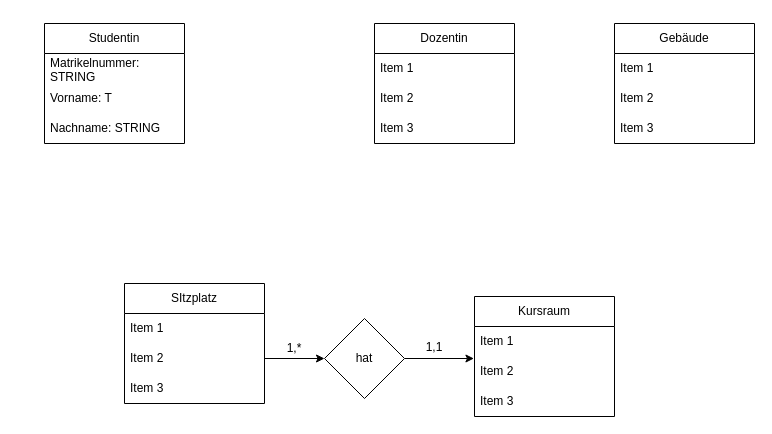
Above: ERD2.drawio in kay-squared/PyTorchLearn (draw.io), before the change. Source tidied: cells renumbered, new cells numbered last; positions are measured from the earlier drawing's top-left corner, leaving out a move shared by most shapes. Both pictures are drawn from the tidied source at 100%, with x=0, y=0 at pixel (44, 23).
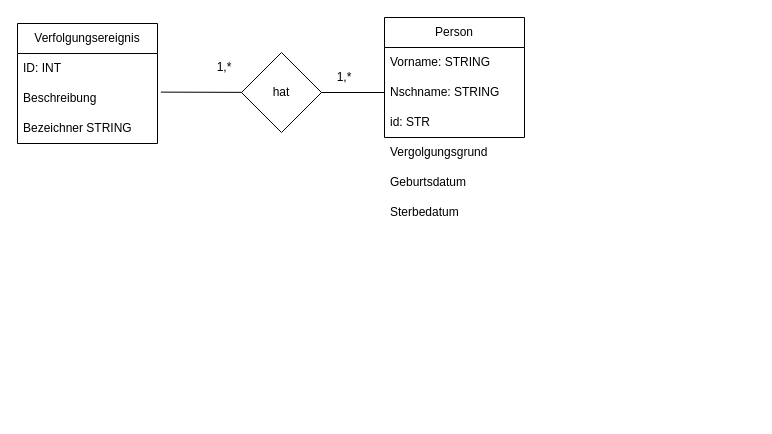
The same page after the edit.

Diff of the diagram source:
```diff
@@
-    <mxCell id="2" value="Studentin" style="swimlane;fontStyle=0;horizontal=1;startSize=30;whiteSpace=wrap;html=1;" parent="1" vertex="1">
-      <mxGeometry width="140" height="120" as="geometry" />
+    <mxCell id="2" value="Person" style="swimlane;fontStyle=0;horizontal=1;startSize=30;whiteSpace=wrap;html=1;" parent="1" vertex="1">
+      <mxGeometry x="340" y="-6" width="140" height="120" as="geometry" />
     </mxCell>
-    <mxCell id="3" value="Matrikelnummer: STRING" style="text;strokeColor=none;fillColor=none;align=left;verticalAlign=middle;spacingLeft=4;spacingRight=4;overflow=hidden;whiteSpace=wrap;html=1;" parent="2" vertex="1">
+    <mxCell id="3" value="Vorname: STRING" style="text;strokeColor=none;fillColor=none;align=left;verticalAlign=middle;spacingLeft=4;spacingRight=4;overflow=hidden;whiteSpace=wrap;html=1;" parent="2" vertex="1">
       <mxGeometry y="30" width="140" height="30" as="geometry" />
     </mxCell>
-    <mxCell id="4" value="Vorname: T" style="text;strokeColor=none;fillColor=none;align=left;verticalAlign=middle;spacingLeft=4;spacingRight=4;overflow=hidden;points=[[0,0.5],[1,0.5]];portConstraint=eastwest;whiteSpace=wrap;html=1;" parent="2" vertex="1">
+    <mxCell id="4" value="Nschname: STRING" style="text;strokeColor=none;fillColor=none;align=left;verticalAlign=middle;spacingLeft=4;spacingRight=4;overflow=hidden;points=[[0,0.5],[1,0.5]];portConstraint=eastwest;whiteSpace=wrap;html=1;" parent="2" vertex="1">
       <mxGeometry y="60" width="140" height="30" as="geometry" />
     </mxCell>
-    <mxCell id="5" value="Nachname: STRING" style="text;strokeColor=none;fillColor=none;align=left;verticalAlign=middle;spacingLeft=4;spacingRight=4;overflow=hidden;whiteSpace=wrap;html=1;" parent="2" vertex="1">
+    <mxCell id="5" value="id: STR" style="text;strokeColor=none;fillColor=none;align=left;verticalAlign=middle;spacingLeft=4;spacingRight=4;overflow=hidden;whiteSpace=wrap;html=1;" parent="2" vertex="1">
       <mxGeometry y="90" width="140" height="30" as="geometry" />
     </mxCell>
-    <mxCell id="6" value="Dozentin" style="swimlane;fontStyle=0;horizontal=1;startSize=30;whiteSpace=wrap;html=1;" parent="1" vertex="1">
-      <mxGeometry x="330" width="140" height="120" as="geometry" />
+    <mxCell id="6" value="Verfolgungsereignis" style="swimlane;fontStyle=0;horizontal=1;startSize=30;whiteSpace=wrap;html=1;" parent="1" vertex="1">
+      <mxGeometry x="-27" width="140" height="120" as="geometry" />
     </mxCell>
-    <mxCell id="7" value="Item 1" style="text;strokeColor=none;fillColor=none;align=left;verticalAlign=middle;spacingLeft=4;spacingRight=4;overflow=hidden;whiteSpace=wrap;html=1;" parent="6" vertex="1">
+    <mxCell id="7" value="ID: INT" style="text;strokeColor=none;fillColor=none;align=left;verticalAlign=middle;spacingLeft=4;spacingRight=4;overflow=hidden;whiteSpace=wrap;html=1;" parent="6" vertex="1">
       <mxGeometry y="30" width="140" height="30" as="geometry" />
     </mxCell>
-    <mxCell id="8" value="Item 2" style="text;strokeColor=none;fillColor=none;align=left;verticalAlign=middle;spacingLeft=4;spacingRight=4;overflow=hidden;points=[[0,0.5],[1,0.5]];portConstraint=eastwest;whiteSpace=wrap;html=1;" parent="6" vertex="1">
+    <mxCell id="8" value="Beschreibung" style="text;strokeColor=none;fillColor=none;align=left;verticalAlign=middle;spacingLeft=4;spacingRight=4;overflow=hidden;points=[[0,0.5],[1,0.5]];portConstraint=eastwest;whiteSpace=wrap;html=1;" parent="6" vertex="1">
       <mxGeometry y="60" width="140" height="30" as="geometry" />
     </mxCell>
-    <mxCell id="9" value="Item 3" style="text;strokeColor=none;fillColor=none;align=left;verticalAlign=middle;spacingLeft=4;spacingRight=4;overflow=hidden;whiteSpace=wrap;html=1;" parent="6" vertex="1">
+    <mxCell id="9" value="Bezeichner STRING" style="text;strokeColor=none;fillColor=none;align=left;verticalAlign=middle;spacingLeft=4;spacingRight=4;overflow=hidden;whiteSpace=wrap;html=1;" parent="6" vertex="1">
       <mxGeometry y="90" width="140" height="30" as="geometry" />
     </mxCell>
-    <mxCell id="10" value="Gebäude" style="swimlane;fontStyle=0;horizontal=1;startSize=30;whiteSpace=wrap;html=1;" parent="1" vertex="1">
-      <mxGeometry x="570" width="140" height="120" as="geometry" />
-    </mxCell>
-    <mxCell id="11" value="Item 1" style="text;strokeColor=none;fillColor=none;align=left;verticalAlign=middle;spacingLeft=4;spacingRight=4;overflow=hidden;whiteSpace=wrap;html=1;" parent="10" vertex="1">
-      <mxGeometry y="30" width="140" height="30" as="geometry" />
-    </mxCell>
-    <mxCell id="12" value="Item 2" style="text;strokeColor=none;fillColor=none;align=left;verticalAlign=middle;spacingLeft=4;spacingRight=4;overflow=hidden;whiteSpace=wrap;html=1;" parent="10" vertex="1">
-      <mxGeometry y="60" width="140" height="30" as="geometry" />
-    </mxCell>
-    <mxCell id="13" value="Item 3" style="text;strokeColor=none;fillColor=none;align=left;verticalAlign=middle;spacingLeft=4;spacingRight=4;overflow=hidden;whiteSpace=wrap;html=1;" parent="10" vertex="1">
-      <mxGeometry y="90" width="140" height="30" as="geometry" />
-    </mxCell>
-    <mxCell id="14" value="SItzplatz" style="swimlane;fontStyle=0;horizontal=1;startSize=30;whiteSpace=wrap;html=1;" parent="1" vertex="1">
-      <mxGeometry x="80" y="260" width="140" height="120" as="geometry" />
-    </mxCell>
-    <mxCell id="15" value="Item 1" style="text;strokeColor=none;fillColor=none;align=left;verticalAlign=middle;spacingLeft=4;spacingRight=4;overflow=hidden;whiteSpace=wrap;html=1;" parent="14" vertex="1">
-      <mxGeometry y="30" width="140" height="30" as="geometry" />
-    </mxCell>
-    <mxCell id="16" value="Item 2" style="text;strokeColor=none;fillColor=none;align=left;verticalAlign=middle;spacingLeft=4;spacingRight=4;overflow=hidden;points=[[0,0.5],[1,0.5]];portConstraint=eastwest;whiteSpace=wrap;html=1;" parent="14" vertex="1">
-      <mxGeometry y="60" width="140" height="30" as="geometry" />
-    </mxCell>
-    <mxCell id="17" value="Item 3" style="text;strokeColor=none;fillColor=none;align=left;verticalAlign=middle;spacingLeft=4;spacingRight=4;overflow=hidden;whiteSpace=wrap;html=1;" parent="14" vertex="1">
-      <mxGeometry y="90" width="140" height="30" as="geometry" />
-    </mxCell>
-    <mxCell id="18" value="Kursraum" style="swimlane;fontStyle=0;horizontal=1;startSize=30;whiteSpace=wrap;html=1;" parent="1" vertex="1">
-      <mxGeometry x="430" y="273" width="140" height="120" as="geometry" />
-    </mxCell>
-    <mxCell id="19" value="Item 1" style="text;strokeColor=none;fillColor=none;align=left;verticalAlign=middle;spacingLeft=4;spacingRight=4;overflow=hidden;whiteSpace=wrap;html=1;" parent="18" vertex="1">
-      <mxGeometry y="30" width="140" height="30" as="geometry" />
-    </mxCell>
-    <mxCell id="20" value="Item 2" style="text;strokeColor=none;fillColor=none;align=left;verticalAlign=middle;spacingLeft=4;spacingRight=4;overflow=hidden;points=[[0,0.5],[1,0.5]];portConstraint=eastwest;whiteSpace=wrap;html=1;" parent="18" vertex="1">
-      <mxGeometry y="60" width="140" height="30" as="geometry" />
-    </mxCell>
-    <mxCell id="21" value="Item 3" style="text;strokeColor=none;fillColor=none;align=left;verticalAlign=middle;spacingLeft=4;spacingRight=4;overflow=hidden;whiteSpace=wrap;html=1;" parent="18" vertex="1">
-      <mxGeometry y="90" width="140" height="30" as="geometry" />
-    </mxCell>
-    <mxCell id="22" style="edgeStyle=orthogonalEdgeStyle;rounded=0;jettySize=auto;html=1;entryX=-0.004;entryY=0.067;entryDx=0;entryDy=0;entryPerimeter=0;" parent="1" edge="1" source="23" target="20">
-      <mxGeometry relative="1" as="geometry" />
-    </mxCell>
+    <mxCell id="27" value="Vergolgungsgrund" style="text;strokeColor=none;fillColor=none;align=left;verticalAlign=middle;spacingLeft=4;spacingRight=4;overflow=hidden;whiteSpace=wrap;html=1;" parent="1" vertex="1">
+      <mxGeometry x="340" y="114" width="140" height="30" as="geometry" />
+    </mxCell>
+    <mxCell id="28" value="Geburtsdatum" style="text;strokeColor=none;fillColor=none;align=left;verticalAlign=middle;spacingLeft=4;spacingRight=4;overflow=hidden;whiteSpace=wrap;html=1;" parent="1" vertex="1">
+      <mxGeometry x="340" y="144" width="140" height="30" as="geometry" />
+    </mxCell>
+    <mxCell id="29" value="Sterbedatum" style="text;strokeColor=none;fillColor=none;align=left;verticalAlign=middle;spacingLeft=4;spacingRight=4;overflow=hidden;whiteSpace=wrap;html=1;" parent="1" vertex="1">
+      <mxGeometry x="340" y="174" width="140" height="30" as="geometry" />
+    </mxCell>
     <mxCell id="23" value="hat" style="rhombus;whiteSpace=wrap;html=1;" parent="1" vertex="1">
-      <mxGeometry x="280" y="295" width="80" height="80" as="geometry" />
+      <mxGeometry x="197" y="29" width="80" height="80" as="geometry" />
     </mxCell>
-    <mxCell id="24" style="edgeStyle=orthogonalEdgeStyle;rounded=0;jettySize=auto;html=1;entryX=0;entryY=0.5;entryDx=0;entryDy=0;" parent="1" edge="1" source="16" target="23">
-      <mxGeometry relative="1" as="geometry" />
-    </mxCell>
-    <mxCell id="25" value="1,1" style="text;html=1;align=center;verticalAlign=middle;whiteSpace=wrap;rounded=0;" parent="1" vertex="1">
-      <mxGeometry x="360" y="314" width="60" height="20" as="geometry" />
-    </mxCell>
-    <mxCell id="26" value="1,*" style="text;html=1;align=center;verticalAlign=middle;whiteSpace=wrap;rounded=0;" parent="1" vertex="1">
-      <mxGeometry x="220" y="315" width="60" height="20" as="geometry" />
-    </mxCell>
+    <mxCell id="30" style="endArrow=none;html=1;rounded=0;entryX=1.024;entryY=0.287;entryDx=0;entryDy=0;entryPerimeter=0;" parent="1" edge="1" source="23" target="8">
+      <mxGeometry relative="1" as="geometry" />
+    </mxCell>
+    <mxCell id="31" value="1,*" style="text;html=1;align=center;verticalAlign=middle;whiteSpace=wrap;rounded=0;" parent="1" vertex="1">
+      <mxGeometry x="270" y="39" width="60" height="30" as="geometry" />
+    </mxCell>
+    <mxCell id="32" value="1,*" style="text;html=1;align=center;verticalAlign=middle;whiteSpace=wrap;rounded=0;" parent="1" vertex="1">
+      <mxGeometry x="150" y="29" width="60" height="30" as="geometry" />
+    </mxCell>
+    <mxCell id="33" style="endArrow=none;html=1;rounded=0;exitX=0;exitY=0.5;exitDx=0;exitDy=0;entryX=1;entryY=0.5;entryDx=0;entryDy=0;" parent="1" edge="1" source="4" target="23">
+      <mxGeometry relative="1" as="geometry" />
+    </mxCell>
```
